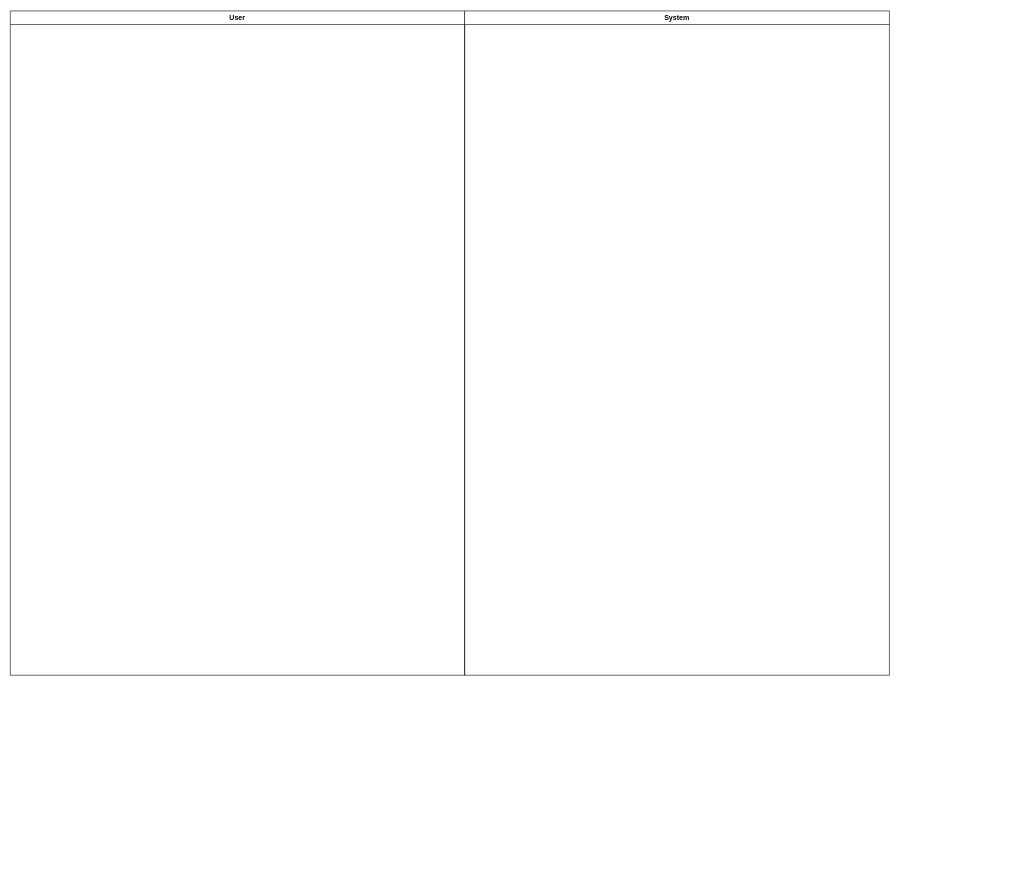
Before: page "第 18 页" (18 of 24) of ActivityDiargm.drawio in pzyllll/Graduation-project-document, a draw.io diagram. Source tidied: cells renumbered, new cells numbered last; positions are measured from the earlier drawing's top-left corner, leaving out a move shared by most shapes. Both pictures are drawn from the tidied source at 59%, with x=0, y=0 at pixel (10, 11).
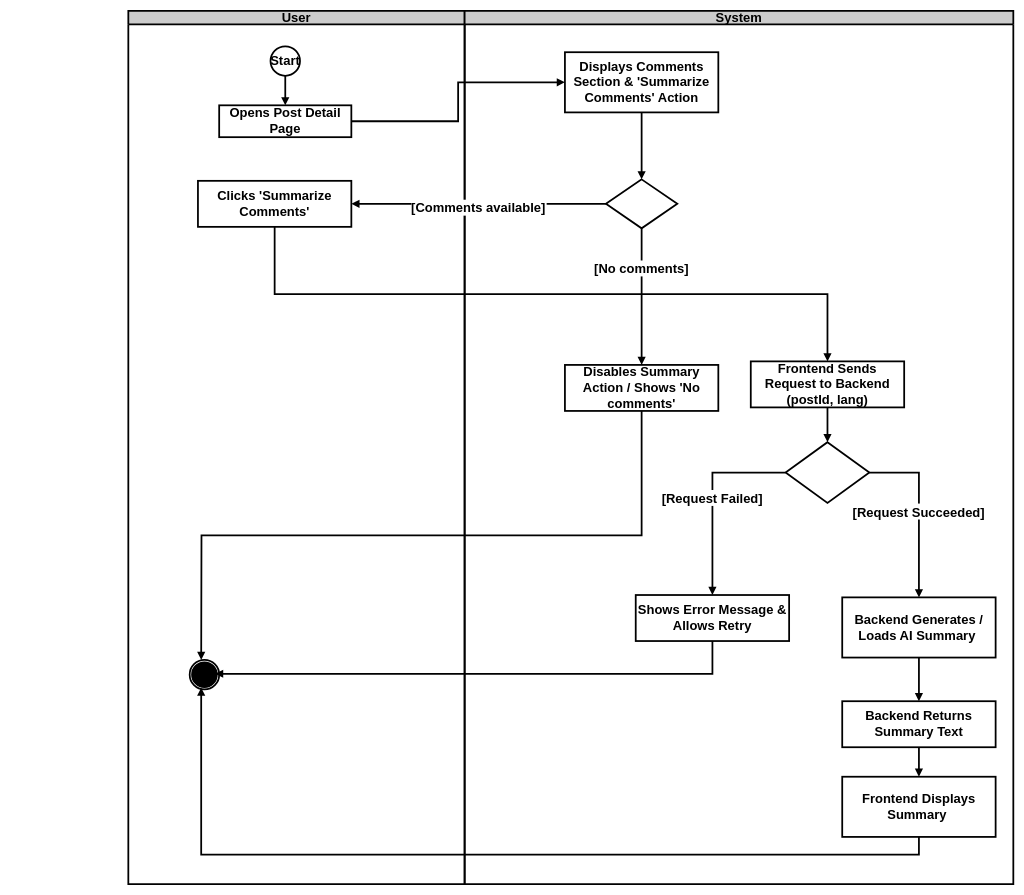
The same diagram, later.

The edit, as a diff of the source:
```diff
@@
-    <mxCell id="2" value="User" style="swimlane;whiteSpace=wrap;html=1;" parent="1" vertex="1">
-      <mxGeometry width="770" height="1126" as="geometry" />
+    <mxCell id="2" value="&lt;font&gt;User&lt;/font&gt;" style="swimlane;whiteSpace=wrap;html=1;strokeWidth=3;fontStyle=1;fontSize=22;fillColor=#CCCCCC;" parent="1" vertex="1">
+      <mxGeometry x="200" width="570" height="1480" as="geometry" />
     </mxCell>
+    <mxCell id="4" value="Start" style="ellipse;strokeWidth=3;whiteSpace=wrap;fontStyle=1;fontSize=22;" parent="2" vertex="1">
+      <mxGeometry x="241" y="60" width="50" height="50" as="geometry" />
+    </mxCell>
+    <mxCell id="5" value="Opens Post Detail Page" style="whiteSpace=wrap;strokeWidth=3;fontStyle=1;fontSize=22;" parent="2" vertex="1">
+      <mxGeometry x="154" y="160" width="224" height="54" as="geometry" />
+    </mxCell>
+    <mxCell id="6" value="Clicks 'Summarize Comments'" style="whiteSpace=wrap;strokeWidth=3;fontStyle=1;fontSize=22;" parent="2" vertex="1">
+      <mxGeometry x="118" y="288" width="260" height="78" as="geometry" />
+    </mxCell>
+    <mxCell id="7" style="curved=1;startArrow=none;endArrow=block;exitX=0.5;exitY=1;entryX=0.5;entryY=0;rounded=0;strokeWidth=3;fontStyle=1;fontSize=22;" parent="2" edge="1" source="4" target="5">
+      <mxGeometry relative="1" as="geometry" />
+    </mxCell>
+    <mxCell id="8" style="ellipse;html=1;shape=endState;fillColor=strokeColor;strokeWidth=3;fontStyle=1;fontSize=22;" parent="2" vertex="1">
+      <mxGeometry x="104" y="1100" width="50" height="50" as="geometry" />
+    </mxCell>
-    <mxCell id="3" value="System" style="swimlane;whiteSpace=wrap;html=1;" parent="1" vertex="1">
-      <mxGeometry x="770" width="720" height="1126" as="geometry" />
+    <mxCell id="3" value="&lt;font&gt;System&lt;/font&gt;" style="swimlane;whiteSpace=wrap;html=1;strokeWidth=3;fontStyle=1;fontSize=22;fillColor=#CCCCCC;" parent="1" vertex="1">
+      <mxGeometry x="770" width="930" height="1480" as="geometry" />
     </mxCell>
+    <mxCell id="9" value="Displays Comments Section &amp; 'Summarize Comments' Action" style="whiteSpace=wrap;strokeWidth=3;fontStyle=1;fontSize=22;" parent="3" vertex="1">
+      <mxGeometry x="170" y="70" width="260" height="102" as="geometry" />
+    </mxCell>
+    <mxCell id="10" style="rhombus;strokeWidth=3;whiteSpace=wrap;fontStyle=1;fontSize=22;" parent="3" vertex="1">
+      <mxGeometry x="239.5" y="285.5" width="121" height="83" as="geometry" />
+    </mxCell>
+    <mxCell id="11" value="Disables Summary Action / Shows 'No comments'" style="whiteSpace=wrap;strokeWidth=3;fontStyle=1;fontSize=22;" parent="3" vertex="1">
+      <mxGeometry x="170" y="600" width="260" height="78" as="geometry" />
+    </mxCell>
+    <mxCell id="12" value="Frontend Sends Request to Backend (postId, lang)" style="whiteSpace=wrap;strokeWidth=3;fontStyle=1;fontSize=22;" parent="3" vertex="1">
+      <mxGeometry x="485" y="594" width="260" height="78" as="geometry" />
+    </mxCell>
+    <mxCell id="13" style="rhombus;strokeWidth=3;whiteSpace=wrap;fontStyle=1;fontSize=22;" parent="3" vertex="1">
+      <mxGeometry x="544" y="731" width="142" height="103" as="geometry" />
+    </mxCell>
+    <mxCell id="14" value="Shows Error Message &amp; Allows Retry" style="whiteSpace=wrap;strokeWidth=3;fontStyle=1;fontSize=22;" parent="3" vertex="1">
+      <mxGeometry x="290" y="990" width="260" height="78" as="geometry" />
+    </mxCell>
+    <mxCell id="15" value="Backend Generates / Loads AI Summary " style="whiteSpace=wrap;strokeWidth=3;fontStyle=1;fontSize=22;" parent="3" vertex="1">
+      <mxGeometry x="640" y="994" width="260" height="102" as="geometry" />
+    </mxCell>
+    <mxCell id="16" value="Backend Returns Summary Text" style="whiteSpace=wrap;strokeWidth=3;fontStyle=1;fontSize=22;" parent="3" vertex="1">
+      <mxGeometry x="640" y="1170" width="260" height="78" as="geometry" />
+    </mxCell>
+    <mxCell id="17" value="Frontend Displays Summary " style="whiteSpace=wrap;strokeWidth=3;fontStyle=1;fontSize=22;" parent="3" vertex="1">
+      <mxGeometry x="640" y="1298" width="260" height="102" as="geometry" />
+    </mxCell>
+    <mxCell id="18" style="curved=1;startArrow=none;endArrow=block;exitX=0.5;exitY=1;entryX=0.5;entryY=0;rounded=0;strokeWidth=3;fontStyle=1;fontSize=22;" parent="3" edge="1" source="9" target="10">
+      <mxGeometry relative="1" as="geometry" />
+    </mxCell>
+    <mxCell id="19" value="[No comments]" style="startArrow=none;endArrow=block;exitX=0.5;exitY=1;entryX=0.5;entryY=0;rounded=0;exitDx=0;exitDy=0;strokeWidth=3;fontStyle=1;fontSize=22;" parent="3" edge="1" source="10" target="11">
+      <mxGeometry x="-0.41" relative="1" as="geometry">
+        <mxPoint y="-1" as="offset" />
+      </mxGeometry>
+    </mxCell>
+    <mxCell id="20" style="curved=1;startArrow=none;endArrow=block;exitX=0.5;exitY=1;entryX=0.5;entryY=0;rounded=0;strokeWidth=3;fontStyle=1;fontSize=22;" parent="3" edge="1" source="12" target="13">
+      <mxGeometry relative="1" as="geometry" />
+    </mxCell>
+    <mxCell id="21" value="[Request Failed]" style="startArrow=none;endArrow=block;exitX=0;exitY=0.5;entryX=0.5;entryY=0;rounded=0;exitDx=0;exitDy=0;edgeStyle=orthogonalEdgeStyle;strokeWidth=3;fontStyle=1;fontSize=22;" parent="3" edge="1" source="13" target="14">
+      <mxGeometry relative="1" as="geometry" />
+    </mxCell>
+    <mxCell id="22" value="[Request Succeeded]" style="startArrow=none;endArrow=block;exitX=1;exitY=0.5;entryX=0.5;entryY=0;rounded=0;exitDx=0;exitDy=0;edgeStyle=orthogonalEdgeStyle;strokeWidth=3;fontStyle=1;fontSize=22;" parent="3" edge="1" source="13" target="15">
+      <mxGeometry x="0.01" relative="1" as="geometry" />
+    </mxCell>
+    <mxCell id="23" style="curved=1;startArrow=none;endArrow=block;exitX=0.5;exitY=1;entryX=0.5;entryY=0;rounded=0;strokeWidth=3;fontStyle=1;fontSize=22;" parent="3" edge="1" source="15" target="16">
+      <mxGeometry relative="1" as="geometry" />
+    </mxCell>
+    <mxCell id="24" style="curved=1;startArrow=none;endArrow=block;exitX=0.5;exitY=1;entryX=0.5;entryY=0;rounded=0;strokeWidth=3;fontStyle=1;fontSize=22;" parent="3" edge="1" source="16" target="17">
+      <mxGeometry relative="1" as="geometry" />
+    </mxCell>
+    <mxCell id="25" style="startArrow=none;endArrow=block;exitX=1;exitY=0.5;entryX=0;entryY=0.5;rounded=0;entryDx=0;entryDy=0;exitDx=0;exitDy=0;edgeStyle=orthogonalEdgeStyle;strokeWidth=3;fontStyle=1;fontSize=22;" parent="1" edge="1" source="5" target="9">
+      <mxGeometry relative="1" as="geometry" />
+    </mxCell>
+    <mxCell id="26" style="startArrow=none;endArrow=block;exitX=0.5;exitY=1;entryX=0.5;entryY=0;rounded=0;entryDx=0;entryDy=0;edgeStyle=orthogonalEdgeStyle;strokeWidth=3;fontStyle=1;fontSize=22;" parent="1" edge="1" source="11">
+      <mxGeometry relative="1" as="geometry">
+        <mxPoint x="323.5" y="1100" as="targetPoint" />
+      </mxGeometry>
+    </mxCell>
+    <mxCell id="27" value="[Comments available]" style="startArrow=none;endArrow=block;exitX=0;exitY=0.5;rounded=0;exitDx=0;exitDy=0;entryX=1;entryY=0.5;entryDx=0;entryDy=0;edgeStyle=orthogonalEdgeStyle;strokeWidth=3;fontStyle=1;fontSize=22;" parent="1" edge="1" source="10" target="6">
+      <mxGeometry y="6" relative="1" as="geometry">
+        <mxPoint y="-1" as="offset" />
+      </mxGeometry>
+    </mxCell>
+    <mxCell id="28" style="startArrow=none;endArrow=block;exitX=0.5;exitY=1;entryX=0.5;entryY=0;rounded=0;entryDx=0;entryDy=0;edgeStyle=orthogonalEdgeStyle;strokeWidth=3;fontStyle=1;fontSize=22;" parent="1" edge="1" source="6" target="12">
+      <mxGeometry relative="1" as="geometry" />
+    </mxCell>
+    <mxCell id="29" style="startArrow=none;endArrow=block;exitX=0.5;exitY=1;rounded=0;edgeStyle=orthogonalEdgeStyle;entryX=1;entryY=0.5;entryDx=0;entryDy=0;strokeWidth=3;fontStyle=1;fontSize=22;" parent="1" edge="1" source="14">
+      <mxGeometry relative="1" as="geometry">
+        <mxPoint x="347" y="1123.5" as="targetPoint" />
+        <Array as="points">
+          <mxPoint x="1190" y="1124" />
+          <mxPoint x="347" y="1124" />
+        </Array>
+      </mxGeometry>
+    </mxCell>
+    <mxCell id="30" style="startArrow=none;endArrow=block;exitX=0.5;exitY=1;entryX=0.5;entryY=1;rounded=0;edgeStyle=orthogonalEdgeStyle;entryDx=0;entryDy=0;strokeWidth=3;fontStyle=1;fontSize=22;" parent="1" edge="1" source="17">
+      <mxGeometry relative="1" as="geometry">
+        <mxPoint x="323.5" y="1147" as="targetPoint" />
+        <Array as="points">
+          <mxPoint x="1540" y="1430" />
+          <mxPoint x="324" y="1430" />
+        </Array>
+      </mxGeometry>
+    </mxCell>
```
